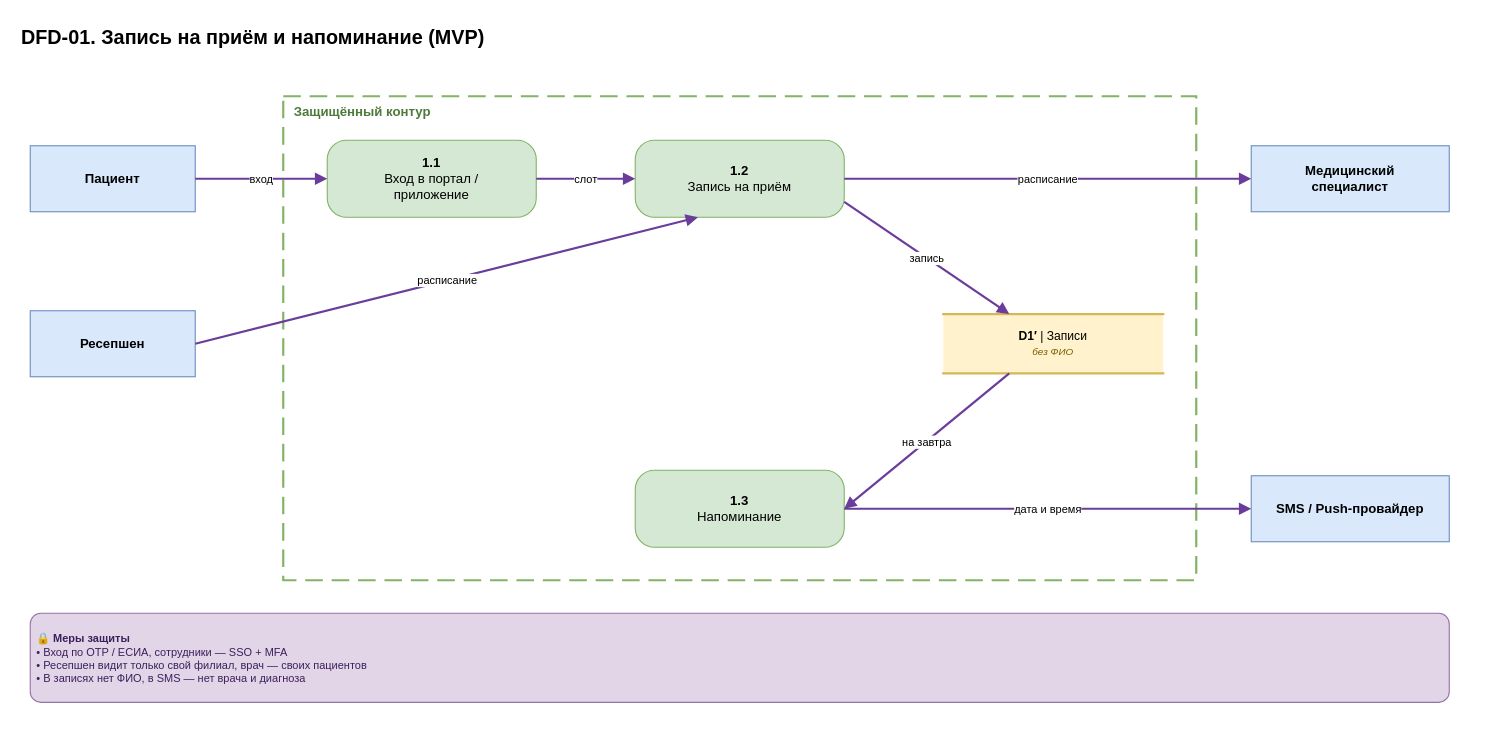
SiritosKon/architecture-medikamente keeps this draw.io diagram as Task1/dfd/DFD-01-appointment.drawio. Above is the earlier version. Source tidied: cells renumbered, new cells numbered last; positions are measured from the earlier drawing's top-left corner, leaving out a move shared by most shapes. Both pictures are drawn from the tidied source at 110%, with x=0, y=0 at pixel (19, 19).
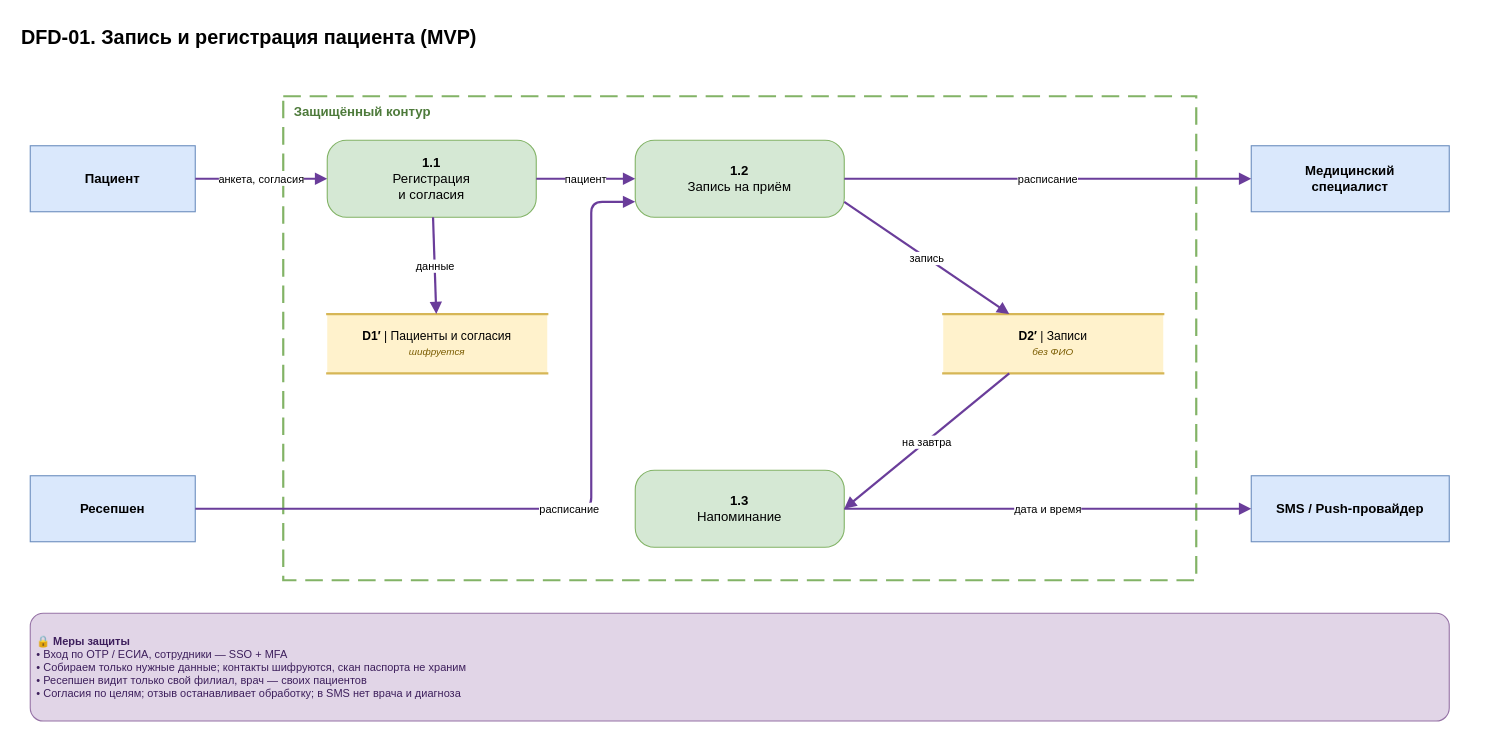
The same diagram, later.

Unchanged cells that the change refers to:
```xml
<mxCell id="4" value="Пациент" style="rounded=0;whiteSpace=wrap;html=1;fillColor=#dae8fc;strokeColor=#6c8ebf;fontStyle=1;fontSize=12;" parent="1" vertex="1">
  <mxGeometry x="10" y="115" width="150" height="60" as="geometry" />
</mxCell>
<mxCell id="6" value="Медицинский&lt;br&gt;специалист" style="rounded=0;whiteSpace=wrap;html=1;fillColor=#dae8fc;strokeColor=#6c8ebf;fontStyle=1;fontSize=12;" parent="1" vertex="1">
  <mxGeometry x="1120" y="115" width="180" height="60" as="geometry" />
</mxCell>
<mxCell id="7" value="SMS / Push-провайдер" style="rounded=0;whiteSpace=wrap;html=1;fillColor=#dae8fc;strokeColor=#6c8ebf;fontStyle=1;fontSize=12;" parent="1" vertex="1">
  <mxGeometry x="1120" y="415" width="180" height="60" as="geometry" />
</mxCell>
<mxCell id="9" value="&lt;b&gt;1.2&lt;/b&gt;&lt;br&gt;Запись на приём" style="rounded=1;arcSize=25;whiteSpace=wrap;html=1;fillColor=#d5e8d4;strokeColor=#82b366;fontSize=12;" parent="1" vertex="1">
  <mxGeometry x="560" y="110" width="190" height="70" as="geometry" />
</mxCell>
<mxCell id="10" value="&lt;b&gt;1.3&lt;/b&gt;&lt;br&gt;Напоминание" style="rounded=1;arcSize=25;whiteSpace=wrap;html=1;fillColor=#d5e8d4;strokeColor=#82b366;fontSize=12;" parent="1" vertex="1">
  <mxGeometry x="560" y="410" width="190" height="70" as="geometry" />
</mxCell>
```

What changed in the source:
```diff
@@
-    <mxCell id="2" value="DFD-01. Запись на приём и напоминание (MVP)" style="text;html=1;align=left;verticalAlign=top;fontSize=18;fontStyle=1;whiteSpace=wrap;" parent="1" vertex="1">
+    <mxCell id="2" value="DFD-01. Запись и регистрация пациента (MVP)" style="text;html=1;align=left;verticalAlign=top;fontSize=18;fontStyle=1;whiteSpace=wrap;" parent="1" vertex="1">
       <mxGeometry width="1320" height="30" as="geometry" />
     </mxCell>
@@
     <mxCell id="5" value="Ресепшен" style="rounded=0;whiteSpace=wrap;html=1;fillColor=#dae8fc;strokeColor=#6c8ebf;fontStyle=1;fontSize=12;" parent="1" vertex="1">
-      <mxGeometry x="10" y="265" width="150" height="60" as="geometry" />
+      <mxGeometry x="10" y="415" width="150" height="60" as="geometry" />
     </mxCell>
@@
-    <mxCell id="8" value="&lt;b&gt;1.1&lt;/b&gt;&lt;br&gt;Вход в портал /&lt;br&gt;приложение" style="rounded=1;arcSize=25;whiteSpace=wrap;html=1;fillColor=#d5e8d4;strokeColor=#82b366;fontSize=12;" parent="1" vertex="1">
+    <mxCell id="8" value="&lt;b&gt;1.1&lt;/b&gt;&lt;br&gt;Регистрация&lt;br&gt;и согласия" style="rounded=1;arcSize=25;whiteSpace=wrap;html=1;fillColor=#d5e8d4;strokeColor=#82b366;fontSize=12;" parent="1" vertex="1">
       <mxGeometry x="280" y="110" width="190" height="70" as="geometry" />
     </mxCell>
@@
-    <mxCell id="11" value="&lt;b&gt;D1′&lt;/b&gt; | Записи&lt;br&gt;&lt;i&gt;&lt;font style=&quot;font-size:9px&quot; color=&quot;#7a5c00&quot;&gt;без ФИО&lt;/font&gt;&lt;/i&gt;" style="shape=partialRectangle;whiteSpace=wrap;html=1;left=0;right=0;fillColor=#fff2cc;strokeColor=#d6b656;strokeWidth=2;fontSize=11;" parent="1" vertex="1">
-      <mxGeometry x="840" y="268" width="200" height="54" as="geometry" />
+    <mxCell id="11" value="&lt;b&gt;D1′&lt;/b&gt; | Пациенты и согласия&lt;br&gt;&lt;i&gt;&lt;font style=&quot;font-size:9px&quot; color=&quot;#7a5c00&quot;&gt;шифруется&lt;/font&gt;&lt;/i&gt;" style="shape=partialRectangle;whiteSpace=wrap;html=1;left=0;right=0;fillColor=#fff2cc;strokeColor=#d6b656;strokeWidth=2;fontSize=11;" parent="1" vertex="1">
+      <mxGeometry x="280" y="268" width="200" height="54" as="geometry" />
     </mxCell>
-    <mxCell id="12" value="вход" style="html=1;endArrow=block;endFill=1;strokeColor=#6a3d9a;strokeWidth=2;fontSize=10;labelBackgroundColor=#ffffff;" parent="1" edge="1" source="4" target="8">
-      <mxGeometry relative="1" as="geometry" />
+    <mxCell id="12" value="&lt;b&gt;D2′&lt;/b&gt; | Записи&lt;br&gt;&lt;i&gt;&lt;font style=&quot;font-size:9px&quot; color=&quot;#7a5c00&quot;&gt;без ФИО&lt;/font&gt;&lt;/i&gt;" style="shape=partialRectangle;whiteSpace=wrap;html=1;left=0;right=0;fillColor=#fff2cc;strokeColor=#d6b656;strokeWidth=2;fontSize=11;" parent="1" vertex="1">
+      <mxGeometry x="840" y="268" width="200" height="54" as="geometry" />
     </mxCell>
-    <mxCell id="13" value="слот" style="html=1;endArrow=block;endFill=1;strokeColor=#6a3d9a;strokeWidth=2;fontSize=10;labelBackgroundColor=#ffffff;" parent="1" edge="1" source="8" target="9">
+    <mxCell id="13" value="анкета, согласия" style="html=1;endArrow=block;endFill=1;strokeColor=#6a3d9a;strokeWidth=2;fontSize=10;labelBackgroundColor=#ffffff;" parent="1" edge="1" source="4" target="8">
       <mxGeometry relative="1" as="geometry" />
     </mxCell>
-    <mxCell id="14" value="запись" style="html=1;endArrow=block;endFill=1;strokeColor=#6a3d9a;strokeWidth=2;fontSize=10;labelBackgroundColor=#ffffff;exitX=1;exitY=0.8;exitDx=0;exitDy=0;entryX=0.3;entryY=0;entryDx=0;entryDy=0;" parent="1" edge="1" source="9" target="11">
+    <mxCell id="14" value="данные" style="html=1;endArrow=block;endFill=1;strokeColor=#6a3d9a;strokeWidth=2;fontSize=10;labelBackgroundColor=#ffffff;" parent="1" edge="1" source="8" target="11">
       <mxGeometry relative="1" as="geometry" />
     </mxCell>
-    <mxCell id="15" value="расписание" style="html=1;endArrow=block;endFill=1;strokeColor=#6a3d9a;strokeWidth=2;fontSize=10;labelBackgroundColor=#ffffff;" parent="1" edge="1" source="9" target="6">
+    <mxCell id="15" value="пациент" style="html=1;endArrow=block;endFill=1;strokeColor=#6a3d9a;strokeWidth=2;fontSize=10;labelBackgroundColor=#ffffff;" parent="1" edge="1" source="8" target="9">
       <mxGeometry relative="1" as="geometry" />
     </mxCell>
-    <mxCell id="16" value="на завтра" style="html=1;endArrow=block;endFill=1;strokeColor=#6a3d9a;strokeWidth=2;fontSize=10;labelBackgroundColor=#ffffff;exitX=0.3;exitY=1;exitDx=0;exitDy=0;entryX=1;entryY=0.5;entryDx=0;entryDy=0;" parent="1" edge="1" source="11" target="10">
-      <mxGeometry relative="1" as="geometry" />
+    <mxCell id="16" value="расписание" style="html=1;endArrow=block;endFill=1;strokeColor=#6a3d9a;strokeWidth=2;fontSize=10;labelBackgroundColor=#ffffff;exitX=1;exitY=0.5;exitDx=0;exitDy=0;entryX=0;entryY=0.8;entryDx=0;entryDy=0;" parent="1" edge="1" source="5" target="9">
+      <mxGeometry relative="1" as="geometry">
+        <Array as="points">
+          <mxPoint x="520" y="445" />
+          <mxPoint x="520" y="166" />
+        </Array>
+      </mxGeometry>
     </mxCell>
-    <mxCell id="17" value="дата и время" style="html=1;endArrow=block;endFill=1;strokeColor=#6a3d9a;strokeWidth=2;fontSize=10;labelBackgroundColor=#ffffff;" parent="1" edge="1" source="10" target="7">
+    <mxCell id="17" value="запись" style="html=1;endArrow=block;endFill=1;strokeColor=#6a3d9a;strokeWidth=2;fontSize=10;labelBackgroundColor=#ffffff;exitX=1;exitY=0.8;exitDx=0;exitDy=0;entryX=0.3;entryY=0;entryDx=0;entryDy=0;" parent="1" edge="1" source="9" target="12">
       <mxGeometry relative="1" as="geometry" />
     </mxCell>
-    <mxCell id="18" value="расписание" style="html=1;endArrow=block;endFill=1;strokeColor=#6a3d9a;strokeWidth=2;fontSize=10;labelBackgroundColor=#ffffff;exitX=1;exitY=0.5;exitDx=0;exitDy=0;entryX=0.3;entryY=1;entryDx=0;entryDy=0;" parent="1" edge="1" source="5" target="9">
+    <mxCell id="18" value="расписание" style="html=1;endArrow=block;endFill=1;strokeColor=#6a3d9a;strokeWidth=2;fontSize=10;labelBackgroundColor=#ffffff;" parent="1" edge="1" source="9" target="6">
       <mxGeometry relative="1" as="geometry" />
     </mxCell>
-    <mxCell id="19" value="&lt;b&gt;🔒 Меры защиты&lt;/b&gt;&lt;br&gt;• Вход по OTP / ЕСИА, сотрудники — SSO + MFA&lt;br&gt;• Ресепшен видит только свой филиал, врач — своих пациентов&lt;br&gt;• В записях нет ФИО, в SMS — нет врача и диагноза" style="rounded=1;whiteSpace=wrap;html=1;fillColor=#e1d5e7;strokeColor=#9673a6;fontColor=#3d1f5c;fontSize=10;align=left;spacingLeft=4;arcSize=12;" parent="1" vertex="1">
-      <mxGeometry x="10" y="540" width="1290" height="81" as="geometry" />
+    <mxCell id="19" value="на завтра" style="html=1;endArrow=block;endFill=1;strokeColor=#6a3d9a;strokeWidth=2;fontSize=10;labelBackgroundColor=#ffffff;exitX=0.3;exitY=1;exitDx=0;exitDy=0;entryX=1;entryY=0.5;entryDx=0;entryDy=0;" parent="1" edge="1" source="12" target="10">
+      <mxGeometry relative="1" as="geometry" />
     </mxCell>
+    <mxCell id="20" value="дата и время" style="html=1;endArrow=block;endFill=1;strokeColor=#6a3d9a;strokeWidth=2;fontSize=10;labelBackgroundColor=#ffffff;" parent="1" edge="1" source="10" target="7">
+      <mxGeometry relative="1" as="geometry" />
+    </mxCell>
+    <mxCell id="21" value="&lt;b&gt;🔒 Меры защиты&lt;/b&gt;&lt;br&gt;• Вход по OTP / ЕСИА, сотрудники — SSO + MFA&lt;br&gt;• Собираем только нужные данные; контакты шифруются, скан паспорта не храним&lt;br&gt;• Ресепшен видит только свой филиал, врач — своих пациентов&lt;br&gt;• Согласия по целям; отзыв останавливает обработку; в SMS нет врача и диагноза" style="rounded=1;whiteSpace=wrap;html=1;fillColor=#e1d5e7;strokeColor=#9673a6;fontColor=#3d1f5c;fontSize=10;align=left;spacingLeft=4;arcSize=12;" parent="1" vertex="1">
+      <mxGeometry x="10" y="540" width="1290" height="98" as="geometry" />
+    </mxCell>
```
